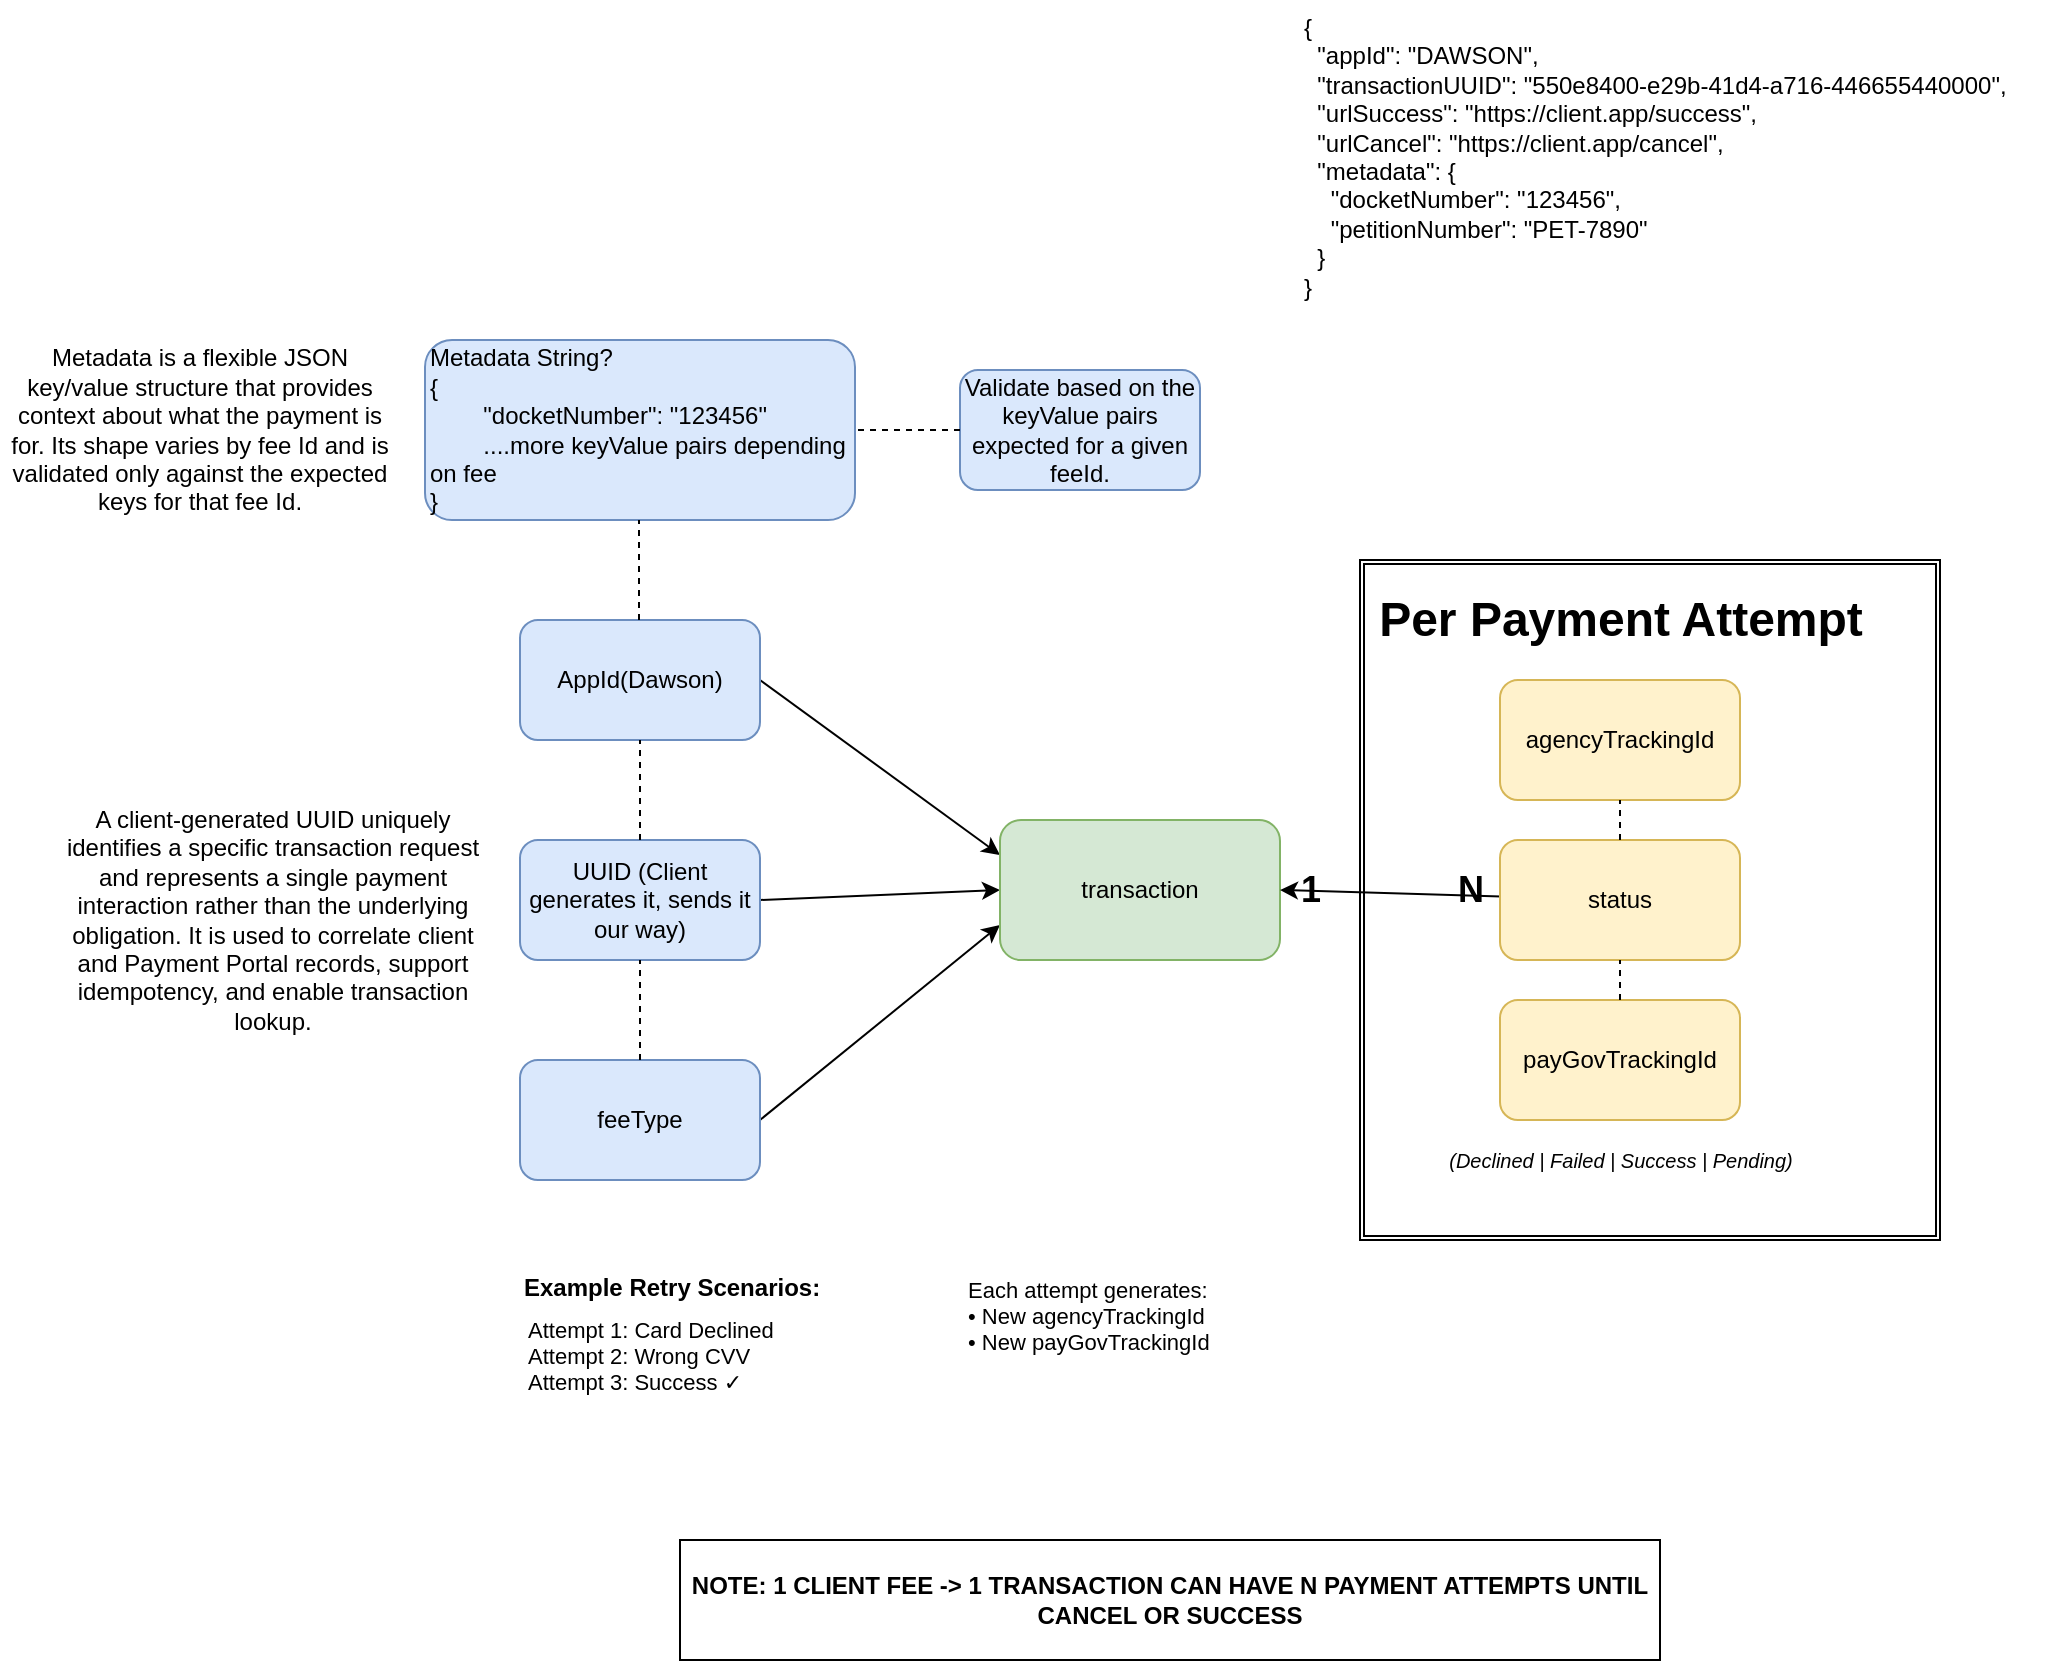
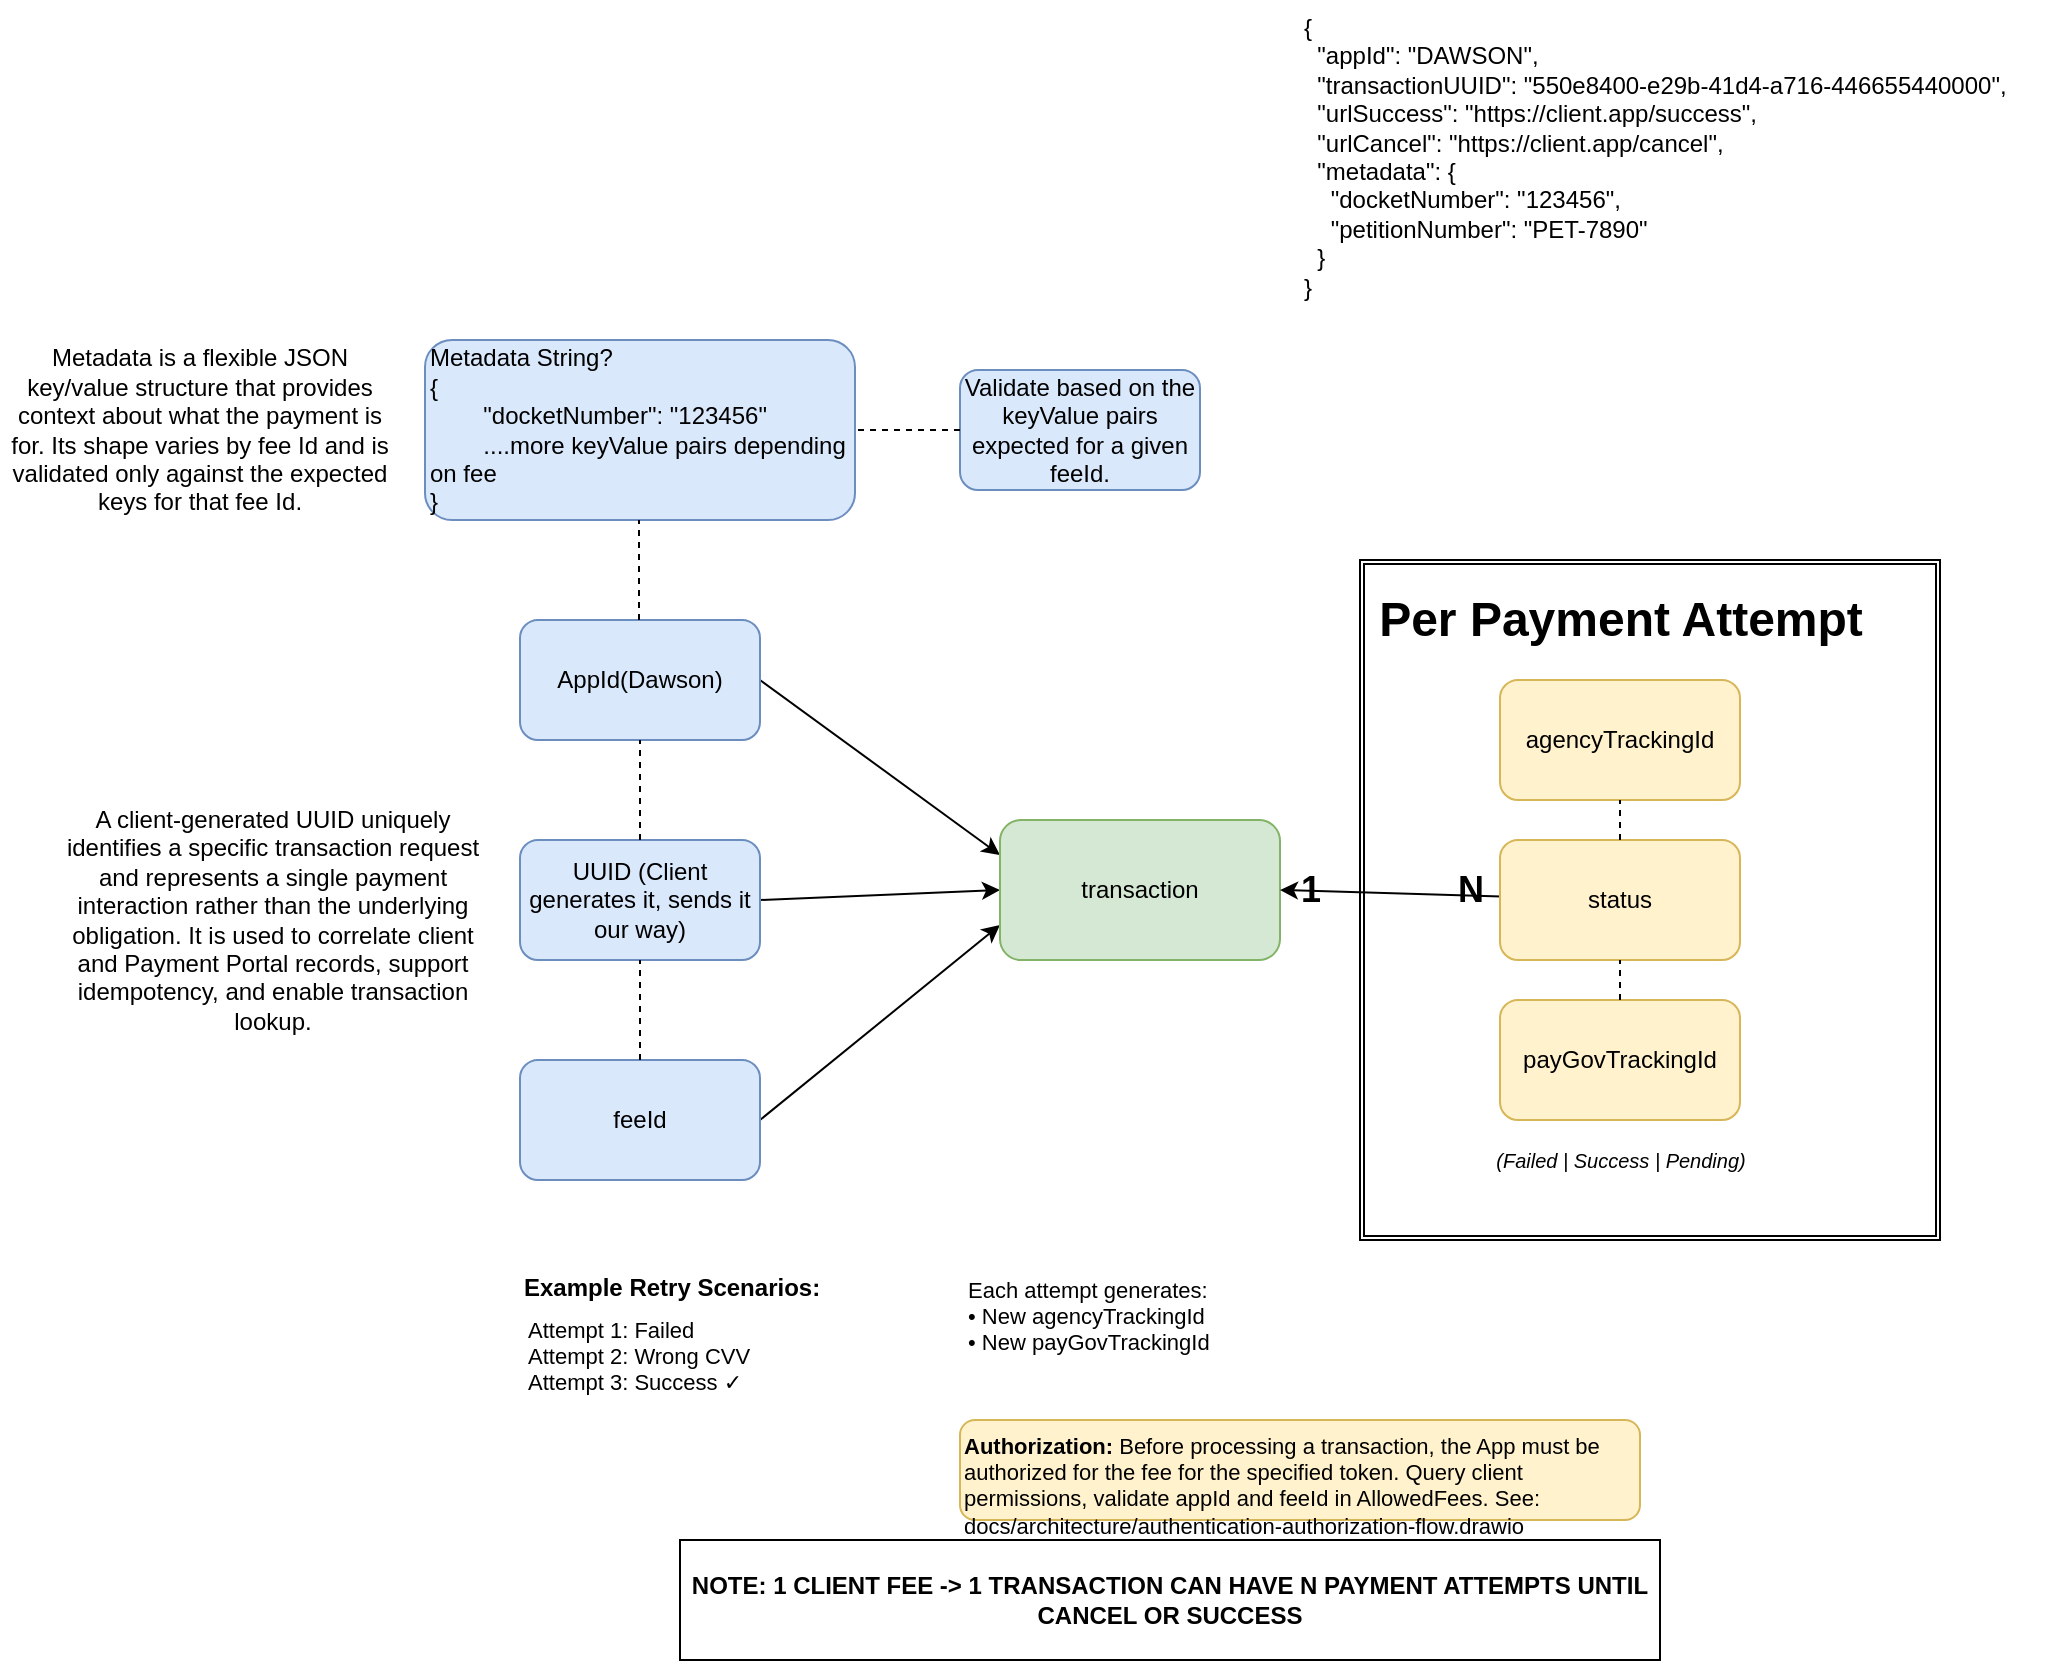
<mxfile host="65bd71144e">
    <diagram id="44C6MNScdNAlMVhiBaLj" name="Page-1">
        <mxGraphModel dx="1249" dy="1551" grid="1" gridSize="10" guides="1" tooltips="1" connect="1" arrows="1" fold="1" page="1" pageScale="1" pageWidth="850" pageHeight="1100" math="0" shadow="0">
            <root>
                <mxCell id="0"/>
                <mxCell id="1" parent="0"/>
                <mxCell id="14" style="edgeStyle=none;html=1;exitX=1;exitY=0.5;exitDx=0;exitDy=0;entryX=0;entryY=0.25;entryDx=0;entryDy=0;" parent="1" source="2" target="8" edge="1">
                    <mxGeometry relative="1" as="geometry"/>
                </mxCell>
                <mxCell id="2" value="AppId(Dawson)" style="rounded=1;whiteSpace=wrap;html=1;fillColor=#dae8fc;strokeColor=#6c8ebf;" parent="1" vertex="1">
                    <mxGeometry x="180" y="160" width="120" height="60" as="geometry"/>
                </mxCell>
                <mxCell id="15" style="edgeStyle=none;html=1;exitX=1;exitY=0.5;exitDx=0;exitDy=0;entryX=0;entryY=0.5;entryDx=0;entryDy=0;" parent="1" source="5" target="8" edge="1">
                    <mxGeometry relative="1" as="geometry"/>
                </mxCell>
                <mxCell id="5" value="UUID (Client generates it, sends it our way)" style="rounded=1;whiteSpace=wrap;html=1;fillColor=#dae8fc;strokeColor=#6c8ebf;" parent="1" vertex="1">
                    <mxGeometry x="180" y="270" width="120" height="60" as="geometry"/>
                </mxCell>
                <mxCell id="16" style="edgeStyle=none;html=1;exitX=1;exitY=0.5;exitDx=0;exitDy=0;entryX=0;entryY=0.75;entryDx=0;entryDy=0;" parent="1" source="7" target="8" edge="1">
                    <mxGeometry relative="1" as="geometry"/>
                </mxCell>
-                 <mxCell id="7" value="feeType" style="rounded=1;whiteSpace=wrap;html=1;fillColor=#dae8fc;strokeColor=#6c8ebf;" parent="1" vertex="1">
+                 <mxCell id="7" value="feeId" style="rounded=1;whiteSpace=wrap;html=1;fillColor=#dae8fc;strokeColor=#6c8ebf;" parent="1" vertex="1">
                    <mxGeometry x="180" y="380" width="120" height="60" as="geometry"/>
                </mxCell>
                <mxCell id="8" value="transaction" style="rounded=1;whiteSpace=wrap;html=1;fillColor=#d5e8d4;strokeColor=#82b366;" parent="1" vertex="1">
                    <mxGeometry x="420" y="260" width="140" height="70" as="geometry"/>
                </mxCell>
                <mxCell id="19" value="" style="shape=ext;double=1;rounded=0;whiteSpace=wrap;html=1;" parent="1" vertex="1">
                    <mxGeometry x="600" y="130" width="290" height="340" as="geometry"/>
                </mxCell>
                <mxCell id="17" value="" style="endArrow=none;dashed=1;html=1;entryX=0.5;entryY=1;entryDx=0;entryDy=0;exitX=0.5;exitY=0;exitDx=0;exitDy=0;" parent="1" source="7" target="5" edge="1">
                    <mxGeometry width="50" height="50" relative="1" as="geometry">
                        <mxPoint x="190" y="390" as="sourcePoint"/>
                        <mxPoint x="240" y="340" as="targetPoint"/>
                    </mxGeometry>
                </mxCell>
                <mxCell id="18" value="" style="endArrow=none;dashed=1;html=1;entryX=0.5;entryY=1;entryDx=0;entryDy=0;exitX=0.5;exitY=0;exitDx=0;exitDy=0;" parent="1" source="5" target="2" edge="1">
                    <mxGeometry width="50" height="50" relative="1" as="geometry">
                        <mxPoint x="210" y="280" as="sourcePoint"/>
                        <mxPoint x="260" y="230" as="targetPoint"/>
                    </mxGeometry>
                </mxCell>
                <mxCell id="10" value="agencyTrackingId" style="rounded=1;whiteSpace=wrap;html=1;fillColor=#fff2cc;strokeColor=#d6b656;" parent="1" vertex="1">
                    <mxGeometry x="670" y="190" width="120" height="60" as="geometry"/>
                </mxCell>
                <mxCell id="11" value="payGovTrackingId" style="rounded=1;whiteSpace=wrap;html=1;fillColor=#fff2cc;strokeColor=#d6b656;" parent="1" vertex="1">
                    <mxGeometry x="670" y="350" width="120" height="60" as="geometry"/>
                </mxCell>
                <mxCell id="13" value="" style="endArrow=classic;startArrow=classic;html=1;exitX=1;exitY=0.5;exitDx=0;exitDy=0;" parent="1" source="8" edge="1">
                    <mxGeometry width="50" height="50" relative="1" as="geometry">
                        <mxPoint x="620" y="330" as="sourcePoint"/>
                        <mxPoint x="730" y="300" as="targetPoint"/>
                    </mxGeometry>
                </mxCell>
                <mxCell id="22" value="Per Payment Attempt" style="text;strokeColor=none;fillColor=none;html=1;fontSize=24;fontStyle=1;verticalAlign=middle;align=center;" parent="1" vertex="1">
                    <mxGeometry x="680" y="140" width="100" height="40" as="geometry"/>
                </mxCell>
                <mxCell id="23" value="1" style="text;strokeColor=none;fillColor=none;html=1;fontSize=18;fontStyle=1;verticalAlign=middle;align=center;" parent="1" vertex="1">
                    <mxGeometry x="560" y="280" width="30" height="30" as="geometry"/>
                </mxCell>
                <mxCell id="24" value="N" style="text;strokeColor=none;fillColor=none;html=1;fontSize=18;fontStyle=1;verticalAlign=middle;align=center;" parent="1" vertex="1">
                    <mxGeometry x="640" y="280" width="30" height="30" as="geometry"/>
                </mxCell>
                <mxCell id="25" value="Example Retry Scenarios:" style="text;strokeColor=none;fillColor=none;html=1;fontSize=12;fontStyle=1;verticalAlign=top;align=left;" parent="1" vertex="1">
                    <mxGeometry x="180" y="480" width="180" height="20" as="geometry"/>
                </mxCell>
-                 <mxCell id="26" value="Attempt 1: Card Declined&#xa;Attempt 2: Wrong CVV&#xa;Attempt 3: Success ✓" style="text;strokeColor=none;fillColor=none;html=1;fontSize=11;verticalAlign=top;align=left;spacing=4;" parent="1" vertex="1">
+                 <mxCell id="26" value="Attempt 1: Failed&#xa;Attempt 2: Wrong CVV&#xa;Attempt 3: Success ✓" style="text;strokeColor=none;fillColor=none;html=1;fontSize=11;verticalAlign=top;align=left;spacing=4;" parent="1" vertex="1">
                    <mxGeometry x="180" y="500" width="180" height="60" as="geometry"/>
                </mxCell>
                <mxCell id="27" value="Each attempt generates:&lt;br&gt;• New agencyTrackingId&lt;br&gt;• New payGovTrackingId&lt;div&gt;&lt;br/&gt;&lt;/div&gt;" style="text;strokeColor=none;fillColor=none;html=1;fontSize=11;verticalAlign=top;align=left;spacing=4;" parent="1" vertex="1">
                    <mxGeometry x="400" y="480" width="180" height="80" as="geometry"/>
                </mxCell>
                <mxCell id="28" value="status" style="rounded=1;whiteSpace=wrap;html=1;fillColor=#fff2cc;strokeColor=#d6b656;" parent="1" vertex="1">
                    <mxGeometry x="670" y="270" width="120" height="60" as="geometry"/>
                </mxCell>
                <mxCell id="29" value="" style="endArrow=none;dashed=1;html=1;entryX=0.5;entryY=1;entryDx=0;entryDy=0;exitX=0.5;exitY=0;exitDx=0;exitDy=0;" parent="1" source="28" target="10" edge="1">
                    <mxGeometry width="50" height="50" relative="1" as="geometry">
                        <mxPoint x="730" y="280" as="sourcePoint"/>
                        <mxPoint x="730" y="250" as="targetPoint"/>
                    </mxGeometry>
                </mxCell>
                <mxCell id="30" value="" style="endArrow=none;dashed=1;html=1;entryX=0.5;entryY=1;entryDx=0;entryDy=0;exitX=0.5;exitY=0;exitDx=0;exitDy=0;" parent="1" source="11" target="28" edge="1">
                    <mxGeometry width="50" height="50" relative="1" as="geometry">
                        <mxPoint x="730" y="360" as="sourcePoint"/>
                        <mxPoint x="730" y="330" as="targetPoint"/>
                    </mxGeometry>
                </mxCell>
-                 <mxCell id="31" value="(Declined | Failed | Success | Pending)" style="text;strokeColor=none;fillColor=none;html=1;fontSize=10;fontStyle=2;verticalAlign=middle;align=center;" parent="1" vertex="1">
+                 <mxCell id="31" value="(Failed | Success | Pending)" style="text;strokeColor=none;fillColor=none;html=1;fontSize=10;fontStyle=2;verticalAlign=middle;align=center;" parent="1" vertex="1">
                    <mxGeometry x="630" y="420" width="200" height="20" as="geometry"/>
                </mxCell>
                <mxCell id="32" value="&lt;b&gt;NOTE: 1 CLIENT FEE -&amp;gt; 1 TRANSACTION CAN HAVE N PAYMENT ATTEMPTS UNTIL CANCEL OR SUCCESS&lt;/b&gt;" style="rounded=0;whiteSpace=wrap;html=1;" parent="1" vertex="1">
                    <mxGeometry x="260" y="620" width="490" height="60" as="geometry"/>
+                 </mxCell>
+                 <mxCell id="auth-note" value="&lt;b&gt;Authorization:&lt;/b&gt; Before processing a transaction, the App must be authorized for the fee for the specified token. Query client permissions, validate appId and feeId in AllowedFees. See: docs/architecture/authentication-authorization-flow.drawio" style="rounded=1;whiteSpace=wrap;html=1;fillColor=#fff2cc;strokeColor=#d6b656;fontSize=11;align=left;verticalAlign=top;fontStyle=0;" parent="1" vertex="1">
+                     <mxGeometry x="400" y="560" width="340" height="50" as="geometry"/>
                </mxCell>
                <mxCell id="33" value="Metadata String?&lt;div&gt;{&lt;/div&gt;&lt;div&gt;&lt;span style=&quot;white-space: pre;&quot;&gt;&#x9;&lt;/span&gt;&quot;docketNumber&quot;: &quot;123456&quot;&lt;/div&gt;&lt;div&gt;&lt;span style=&quot;white-space: pre;&quot;&gt;&#x9;&lt;/span&gt;....more keyValue pairs depending on fee&lt;br&gt;&lt;/div&gt;&lt;div&gt;}&lt;/div&gt;" style="rounded=1;whiteSpace=wrap;html=1;fillColor=#dae8fc;strokeColor=#6c8ebf;align=left;" parent="1" vertex="1">
                    <mxGeometry x="132.5" y="20" width="215" height="90" as="geometry"/>
                </mxCell>
                <mxCell id="35" value="" style="endArrow=none;dashed=1;html=1;entryX=0.5;entryY=1;entryDx=0;entryDy=0;exitX=0.5;exitY=0;exitDx=0;exitDy=0;" parent="1" edge="1">
                    <mxGeometry width="50" height="50" relative="1" as="geometry">
                        <mxPoint x="239.5" y="160" as="sourcePoint"/>
                        <mxPoint x="239.5" y="110" as="targetPoint"/>
                    </mxGeometry>
                </mxCell>
                <mxCell id="36" value="Validate based on the keyValue pairs expected for a given feeId." style="rounded=1;whiteSpace=wrap;html=1;fillColor=#dae8fc;strokeColor=#6c8ebf;" parent="1" vertex="1">
                    <mxGeometry x="400" y="35" width="120" height="60" as="geometry"/>
                </mxCell>
                <mxCell id="37" value="" style="endArrow=none;dashed=1;html=1;entryX=1;entryY=0.5;entryDx=0;entryDy=0;exitX=0;exitY=0.5;exitDx=0;exitDy=0;" parent="1" source="36" target="33" edge="1">
                    <mxGeometry width="50" height="50" relative="1" as="geometry">
                        <mxPoint x="380" y="120" as="sourcePoint"/>
                        <mxPoint x="380" y="70" as="targetPoint"/>
                    </mxGeometry>
                </mxCell>
                <mxCell id="38" value="A client-generated UUID uniquely identifies a specific transaction request and represents a single payment interaction rather than the underlying obligation. It is used to correlate client and Payment Portal records, support idempotency, and enable transaction lookup." style="text;html=1;align=center;verticalAlign=middle;whiteSpace=wrap;rounded=0;" vertex="1" parent="1">
                    <mxGeometry x="-50" y="240" width="212.5" height="140" as="geometry"/>
                </mxCell>
                <mxCell id="40" value="Metadata is a flexible JSON key/value structure that provides context about what the payment is for. Its shape varies by fee Id and is validated only against the expected keys for that fee Id." style="text;html=1;align=center;verticalAlign=middle;whiteSpace=wrap;rounded=0;" vertex="1" parent="1">
                    <mxGeometry x="-80" y="10" width="200" height="110" as="geometry"/>
                </mxCell>
                <UserObject label="{&#xa;  &quot;appId&quot;: &quot;DAWSON&quot;,&#xa;  &quot;transactionUUID&quot;: &quot;550e8400-e29b-41d4-a716-446655440000&quot;,&#xa;  &quot;urlSuccess&quot;: &quot;https://client.app/success&quot;,&#xa;  &quot;urlCancel&quot;: &quot;https://client.app/cancel&quot;,&#xa;  &quot;metadata&quot;: {&#xa;    &quot;docketNumber&quot;: &quot;123456&quot;,&#xa;    &quot;petitionNumber&quot;: &quot;PET-7890&quot;&#xa;  }&#xa;}" link="{&#xa;  &quot;appId&quot;: &quot;DAWSON&quot;,&#xa;  &quot;transactionUUID&quot;: &quot;550e8400-e29b-41d4-a716-446655440000&quot;,&#xa;  &quot;urlSuccess&quot;: &quot;https://client.app/success&quot;,&#xa;  &quot;urlCancel&quot;: &quot;https://client.app/cancel&quot;,&#xa;  &quot;metadata&quot;: {&#xa;    &quot;docketNumber&quot;: &quot;123456&quot;,&#xa;    &quot;petitionNumber&quot;: &quot;PET-7890&quot;&#xa;  }&#xa;}" id="42">
                    <mxCell style="text;whiteSpace=wrap;" vertex="1" parent="1">
                        <mxGeometry x="570" y="-150" width="380" height="170" as="geometry"/>
                    </mxCell>
                </UserObject>
            </root>
        </mxGraphModel>
    </diagram>
</mxfile>
